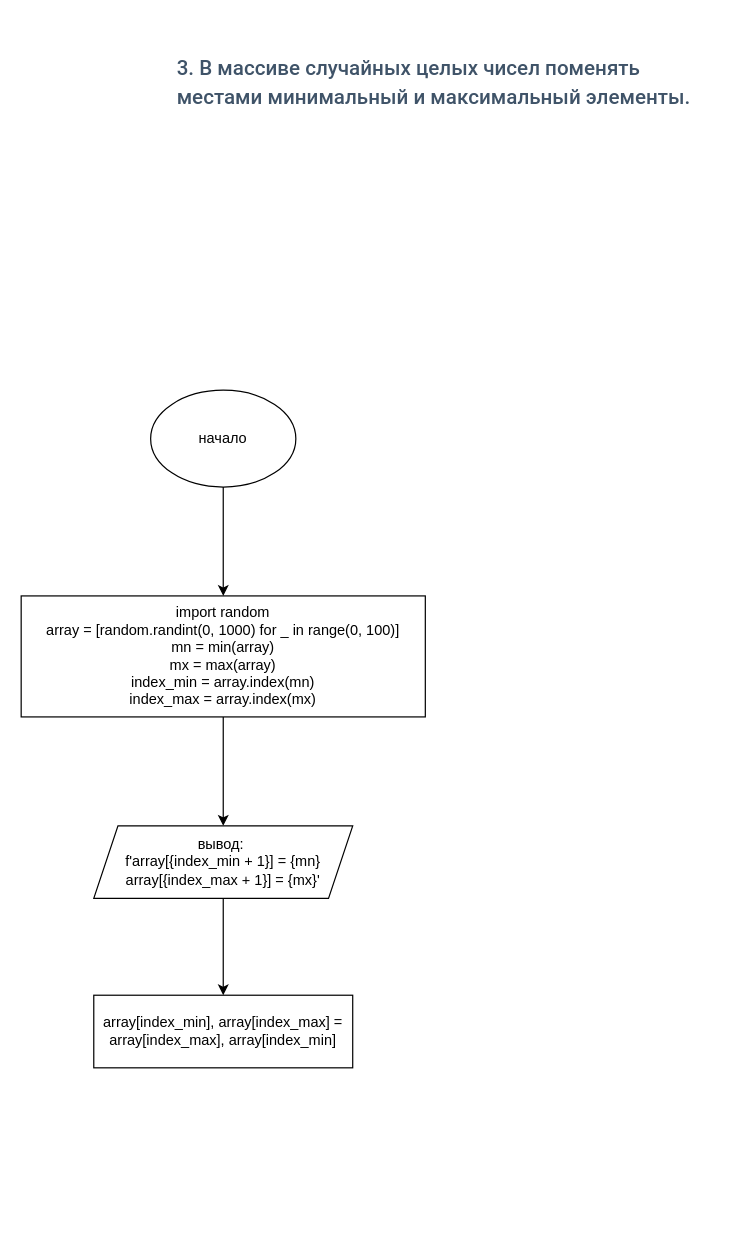
This is page "Page-3" (3 of 9) of DZ3/DZ3.drawio from Vladislav-Argun/AADSIP, a draw.io file, before an edit. Source tidied: cells renumbered, new cells numbered last; positions are measured from the earlier drawing's top-left corner, leaving out a move shared by most shapes. Both pictures are drawn from the tidied source at 121%, with x=0, y=0 at pixel (21, 21).
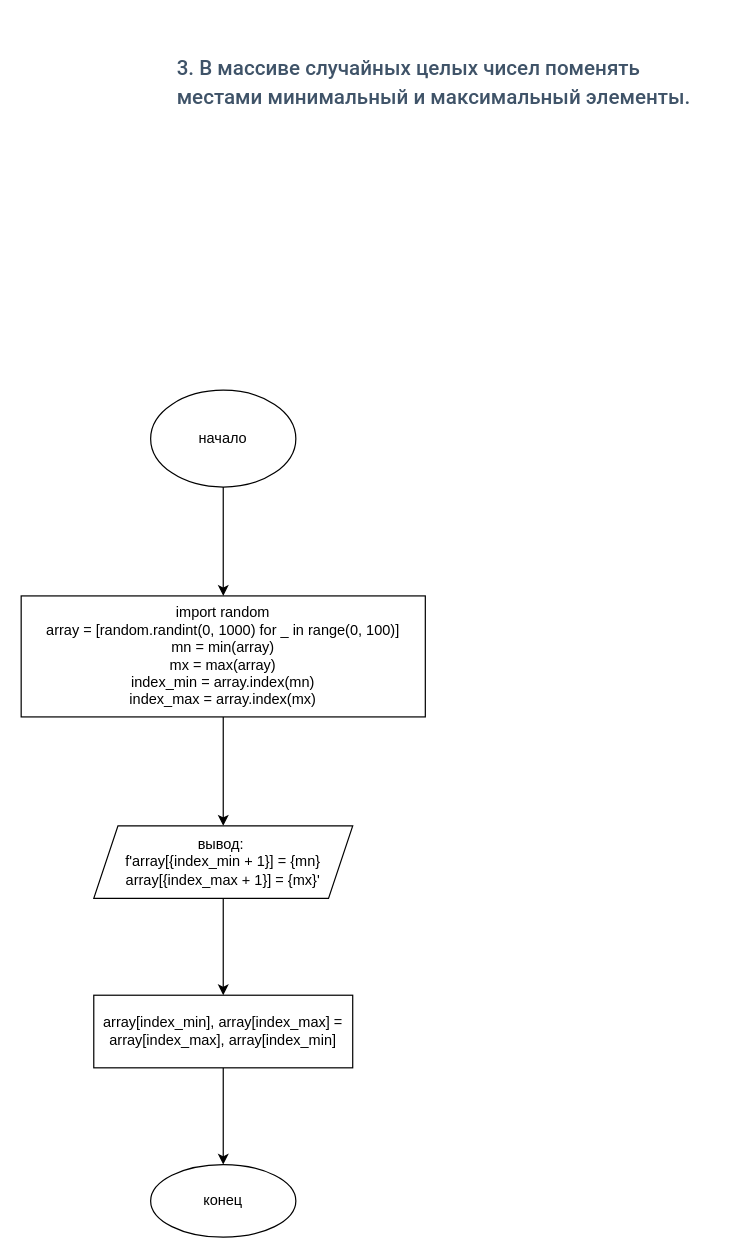
Above is the later version.

What changed in the source:
```diff
@@
 <mxGraphModel>
   <root>
     <mxCell id="0" />
     <mxCell id="1" parent="0" />
     <mxCell id="2" value="&lt;h3 style=&quot;box-sizing: border-box; font-family: roboto, &amp;quot;san francisco&amp;quot;, &amp;quot;helvetica neue&amp;quot;, helvetica, arial; font-weight: 500; line-height: 24px; color: rgb(63, 83, 104); margin-top: 20px; margin-bottom: 10px; font-size: 17px; font-style: normal; letter-spacing: normal; text-indent: 0px; text-transform: none; word-spacing: 0px; background-color: rgb(255, 255, 255);&quot;&gt;3. В массиве случайных целых чисел поменять местами минимальный и максимальный элементы.&lt;/h3&gt;" style="text;whiteSpace=wrap;html=1;" parent="1" vertex="1">
       <mxGeometry x="127" width="453" height="90" as="geometry" />
     </mxCell>
     <mxCell id="3" style="edgeStyle=orthogonalEdgeStyle;rounded=0;jettySize=auto;html=1;" parent="1" edge="1" source="4" target="6">
       <mxGeometry relative="1" as="geometry" />
     </mxCell>
     <mxCell id="4" value="начало" style="ellipse;whiteSpace=wrap;html=1;labelBackgroundColor=#;align=center;" parent="1" vertex="1">
       <mxGeometry x="107" y="305" width="120" height="80" as="geometry" />
     </mxCell>
     <mxCell id="5" style="edgeStyle=orthogonalEdgeStyle;rounded=0;jettySize=auto;html=1;" parent="1" edge="1" source="6" target="8">
       <mxGeometry relative="1" as="geometry" />
     </mxCell>
     <mxCell id="6" value="&lt;div&gt;import random&lt;/div&gt;&lt;div&gt;array = [random.randint(0, 1000) for _ in range(0, 100)]&lt;/div&gt;&lt;div&gt;mn = min(array)&lt;/div&gt;&lt;div&gt;mx = max(array)&lt;/div&gt;&lt;div&gt;index_min = array.index(mn)&lt;/div&gt;&lt;div&gt;index_max = array.index(mx)&lt;/div&gt;" style="whiteSpace=wrap;html=1;labelBackgroundColor=#;" parent="1" vertex="1">
       <mxGeometry y="475" width="334" height="100" as="geometry" />
     </mxCell>
     <mxCell id="7" style="edgeStyle=orthogonalEdgeStyle;rounded=0;jettySize=auto;html=1;" parent="1" edge="1" source="8" target="9">
       <mxGeometry relative="1" as="geometry" />
     </mxCell>
     <mxCell id="8" value="вывод:&amp;nbsp;&lt;br&gt;f'array[{index_min + 1}] = {mn}&lt;br&gt;array[{index_max + 1}] = {mx}'" style="shape=parallelogram;perimeter=parallelogramPerimeter;whiteSpace=wrap;html=1;fixedSize=1;labelBackgroundColor=#;" parent="1" vertex="1">
       <mxGeometry x="60" y="665" width="214" height="60" as="geometry" />
     </mxCell>
+    <mxCell id="10" style="edgeStyle=orthogonalEdgeStyle;rounded=0;jettySize=auto;html=1;" parent="1" edge="1" source="9" target="11">
+      <mxGeometry relative="1" as="geometry" />
+    </mxCell>
     <mxCell id="9" value="array[index_min], array[index_max] = array[index_max], array[index_min]" style="whiteSpace=wrap;html=1;labelBackgroundColor=#;" parent="1" vertex="1">
       <mxGeometry x="60" y="805" width="214" height="60" as="geometry" />
     </mxCell>
+    <mxCell id="11" value="конец" style="ellipse;whiteSpace=wrap;html=1;labelBackgroundColor=#;" parent="1" vertex="1">
+      <mxGeometry x="107" y="945" width="120" height="60" as="geometry" />
+    </mxCell>
   </root>
 </mxGraphModel>
```
